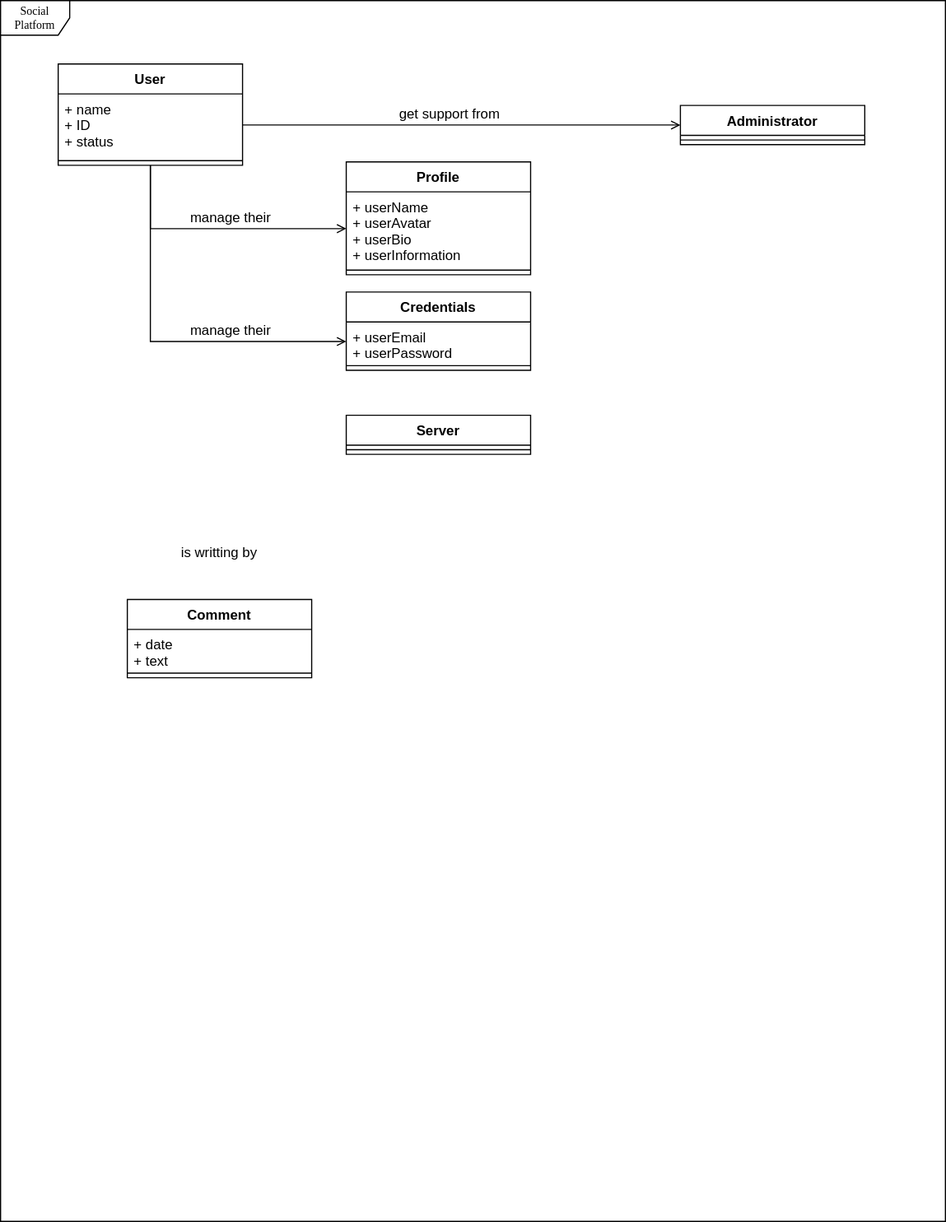
The draw.io diagram UML Object.svg in TimeBandit2k/SixFeetPlease, before a commit. Source tidied: cells renumbered, new cells last; positions are measured from the earlier drawing's top-left corner, leaving out a move shared by most shapes.
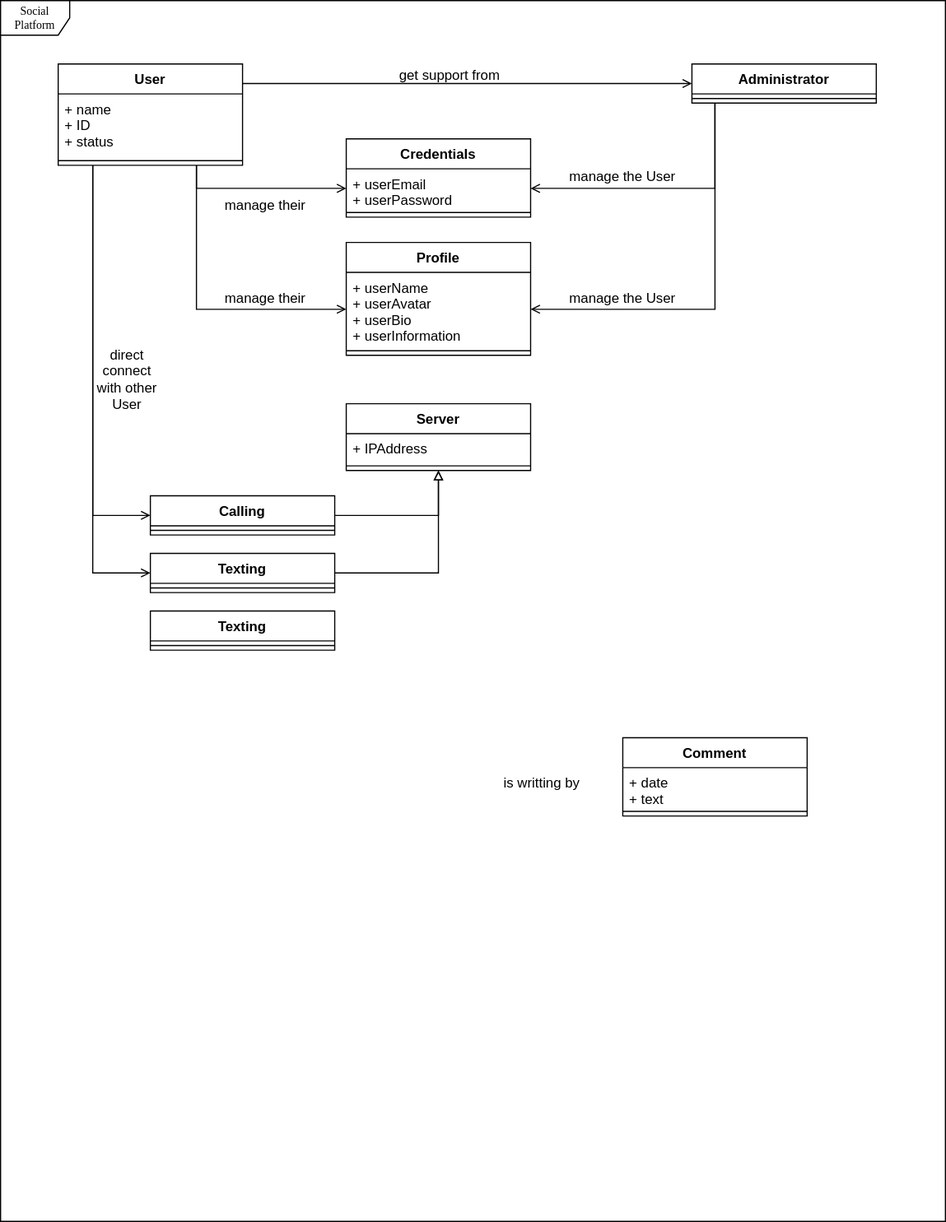
After the change.

Commit message:
UML Object v0.3.svg

Diff of the diagram source:
```diff
@@ -6,15 +6,42 @@
       <mxGeometry width="820" height="1060" as="geometry" />
     </mxCell>
     <mxCell id="3" style="edgeStyle=orthogonalEdgeStyle;rounded=0;jettySize=auto;html=1;entryX=0;entryY=0.5;entryDx=0;entryDy=0;startArrow=none;startFill=0;endArrow=open;endFill=0;" parent="1" edge="1" source="5" target="12">
-      <mxGeometry relative="1" as="geometry" />
+      <mxGeometry relative="1" as="geometry">
+        <Array as="points">
+          <mxPoint x="170" y="268" />
+        </Array>
+      </mxGeometry>
     </mxCell>
     <mxCell id="4" style="edgeStyle=elbowEdgeStyle;rounded=0;jettySize=auto;html=1;entryX=0;entryY=0.5;entryDx=0;entryDy=0;startArrow=none;startFill=0;endArrow=open;endFill=0;" parent="1" edge="1" source="5" target="16">
       <mxGeometry relative="1" as="geometry">
         <Array as="points">
+          <mxPoint x="170" y="160" />
+          <mxPoint x="150" y="170" />
           <mxPoint x="130" y="240" />
         </Array>
       </mxGeometry>
     </mxCell>
+    <mxCell id="26" style="edgeStyle=elbowEdgeStyle;rounded=0;jettySize=auto;html=1;entryX=0;entryY=0.5;entryDx=0;entryDy=0;startArrow=none;startFill=0;endArrow=open;endFill=0;" parent="1" edge="1" source="5" target="36">
+      <mxGeometry relative="1" as="geometry">
+        <Array as="points">
+          <mxPoint x="80" y="300" />
+        </Array>
+      </mxGeometry>
+    </mxCell>
+    <mxCell id="27" style="edgeStyle=elbowEdgeStyle;rounded=0;jettySize=auto;html=1;entryX=0;entryY=0.5;entryDx=0;entryDy=0;startArrow=none;startFill=0;endArrow=open;endFill=0;" parent="1" edge="1" source="5" target="39">
+      <mxGeometry relative="1" as="geometry">
+        <Array as="points">
+          <mxPoint x="80" y="280" />
+        </Array>
+      </mxGeometry>
+    </mxCell>
+    <mxCell id="28" style="edgeStyle=elbowEdgeStyle;rounded=0;jettySize=auto;html=1;entryX=0;entryY=0.5;entryDx=0;entryDy=0;startArrow=none;startFill=0;endArrow=open;endFill=0;" parent="1" edge="1" source="5" target="22">
+      <mxGeometry relative="1" as="geometry">
+        <Array as="points">
+          <mxPoint x="300" y="72" />
+        </Array>
+      </mxGeometry>
+    </mxCell>
     <mxCell id="5" value="User" style="swimlane;fontStyle=1;align=center;verticalAlign=top;horizontal=1;startSize=26;" parent="1" vertex="1">
       <mxGeometry x="50" y="55" width="160" height="88" as="geometry" />
     </mxCell>
@@ -25,16 +52,85 @@
       <mxGeometry y="80" width="160" height="8" as="geometry" />
     </mxCell>
     <mxCell id="8" value="is writting by" style="text;html=1;strokeColor=none;fillColor=none;align=center;verticalAlign=middle;whiteSpace=wrap;rounded=0;" parent="1" vertex="1">
-      <mxGeometry x="140" y="470" width="100" height="20" as="geometry" />
+      <mxGeometry x="420" y="670" width="100" height="20" as="geometry" />
     </mxCell>
-    <mxCell id="9" style="edgeStyle=orthogonalEdgeStyle;rounded=0;jettySize=auto;html=1;entryX=0;entryY=0.5;entryDx=0;entryDy=0;startArrow=none;startFill=0;endArrow=open;endFill=0;" parent="1" edge="1" source="6" target="22">
-      <mxGeometry relative="1" as="geometry" />
-    </mxCell>
     <mxCell id="10" value="get support from" style="text;html=1;strokeColor=none;fillColor=none;align=center;verticalAlign=middle;whiteSpace=wrap;rounded=0;" parent="1" vertex="1">
-      <mxGeometry x="340" y="89" width="100" height="20" as="geometry" />
+      <mxGeometry x="340" y="55" width="100" height="20" as="geometry" />
     </mxCell>
+    <mxCell id="14" value="manage their" style="text;html=1;strokeColor=none;fillColor=none;align=center;verticalAlign=middle;whiteSpace=wrap;rounded=0;" parent="1" vertex="1">
+      <mxGeometry x="180" y="168" width="100" height="20" as="geometry" />
+    </mxCell>
+    <mxCell id="21" value="manage their" style="text;html=1;strokeColor=none;fillColor=none;align=center;verticalAlign=middle;whiteSpace=wrap;rounded=0;" parent="1" vertex="1">
+      <mxGeometry x="180" y="249" width="100" height="20" as="geometry" />
+    </mxCell>
+    <mxCell id="29" style="edgeStyle=elbowEdgeStyle;rounded=0;jettySize=auto;html=1;entryX=1;entryY=0.5;entryDx=0;entryDy=0;startArrow=none;startFill=0;endArrow=open;endFill=0;" parent="1" edge="1" source="22" target="12">
+      <mxGeometry relative="1" as="geometry">
+        <Array as="points">
+          <mxPoint x="620" y="140" />
+          <mxPoint x="670" y="140" />
+        </Array>
+      </mxGeometry>
+    </mxCell>
+    <mxCell id="30" style="edgeStyle=elbowEdgeStyle;rounded=0;jettySize=auto;html=1;entryX=1;entryY=0.5;entryDx=0;entryDy=0;startArrow=none;startFill=0;endArrow=open;endFill=0;" parent="1" edge="1" source="22" target="16">
+      <mxGeometry relative="1" as="geometry">
+        <Array as="points">
+          <mxPoint x="620" y="150" />
+        </Array>
+      </mxGeometry>
+    </mxCell>
+    <mxCell id="31" value="manage the User" style="text;html=1;strokeColor=none;fillColor=none;align=center;verticalAlign=middle;whiteSpace=wrap;rounded=0;" parent="1" vertex="1">
+      <mxGeometry x="490" y="143" width="100" height="20" as="geometry" />
+    </mxCell>
+    <mxCell id="32" value="manage the User" style="text;html=1;strokeColor=none;fillColor=none;align=center;verticalAlign=middle;whiteSpace=wrap;rounded=0;" parent="1" vertex="1">
+      <mxGeometry x="490" y="249" width="100" height="20" as="geometry" />
+    </mxCell>
+    <mxCell id="24" value="Server" style="swimlane;fontStyle=1;align=center;verticalAlign=top;horizontal=1;startSize=26;" parent="1" vertex="1">
+      <mxGeometry x="300" y="350" width="160" height="58" as="geometry" />
+    </mxCell>
+    <mxCell id="33" value="+ IPAddress" style="text;strokeColor=none;fillColor=none;align=left;verticalAlign=top;spacingLeft=4;spacingRight=4;overflow=hidden;" parent="24" vertex="1">
+      <mxGeometry y="26" width="160" height="24" as="geometry" />
+    </mxCell>
+    <mxCell id="34" style="line;strokeWidth=1;fillColor=none;align=left;verticalAlign=middle;spacingTop=-1;spacingLeft=3;spacingRight=3;labelPosition=right;" parent="24" vertex="1">
+      <mxGeometry y="50" width="160" height="8" as="geometry" />
+    </mxCell>
+    <mxCell id="18" value="Comment" style="swimlane;fontStyle=1;align=center;verticalAlign=top;horizontal=1;startSize=26;" parent="1" vertex="1">
+      <mxGeometry x="540" y="640" width="160" height="68" as="geometry" />
+    </mxCell>
+    <mxCell id="19" value="+ date&#10;+ text" style="text;strokeColor=none;fillColor=none;align=left;verticalAlign=top;spacingLeft=4;spacingRight=4;overflow=hidden;" parent="18" vertex="1">
+      <mxGeometry y="26" width="160" height="34" as="geometry" />
+    </mxCell>
+    <mxCell id="20" style="line;strokeWidth=1;fillColor=none;align=left;verticalAlign=middle;spacingTop=-1;spacingLeft=3;spacingRight=3;labelPosition=right;" parent="18" vertex="1">
+      <mxGeometry y="60" width="160" height="8" as="geometry" />
+    </mxCell>
+    <mxCell id="35" style="edgeStyle=elbowEdgeStyle;rounded=0;jettySize=auto;html=1;entryX=0.5;entryY=1;entryDx=0;entryDy=0;startArrow=none;startFill=0;endArrow=block;endFill=0;" parent="1" edge="1" source="36" target="24">
+      <mxGeometry relative="1" as="geometry">
+        <Array as="points">
+          <mxPoint x="380" y="447" />
+          <mxPoint x="380" y="430" />
+        </Array>
+      </mxGeometry>
+    </mxCell>
+    <mxCell id="36" value="Calling" style="swimlane;fontStyle=1;align=center;verticalAlign=top;horizontal=1;startSize=26;" parent="1" vertex="1">
+      <mxGeometry x="130" y="430" width="160" height="34" as="geometry" />
+    </mxCell>
+    <mxCell id="37" style="line;strokeWidth=1;fillColor=none;align=left;verticalAlign=middle;spacingTop=-1;spacingLeft=3;spacingRight=3;labelPosition=right;" parent="36" vertex="1">
+      <mxGeometry y="26" width="160" height="8" as="geometry" />
+    </mxCell>
+    <mxCell id="38" style="edgeStyle=elbowEdgeStyle;rounded=0;jettySize=auto;html=1;entryX=0.5;entryY=1;entryDx=0;entryDy=0;startArrow=none;startFill=0;endArrow=block;endFill=0;" parent="1" edge="1" source="39" target="24">
+      <mxGeometry relative="1" as="geometry">
+        <Array as="points">
+          <mxPoint x="380" y="497" />
+        </Array>
+      </mxGeometry>
+    </mxCell>
+    <mxCell id="39" value="Texting" style="swimlane;fontStyle=1;align=center;verticalAlign=top;horizontal=1;startSize=26;" parent="1" vertex="1">
+      <mxGeometry x="130" y="480" width="160" height="34" as="geometry" />
+    </mxCell>
+    <mxCell id="40" style="line;strokeWidth=1;fillColor=none;align=left;verticalAlign=middle;spacingTop=-1;spacingLeft=3;spacingRight=3;labelPosition=right;" parent="39" vertex="1">
+      <mxGeometry y="26" width="160" height="8" as="geometry" />
+    </mxCell>
     <mxCell id="11" value="Profile" style="swimlane;fontStyle=1;align=center;verticalAlign=top;horizontal=1;startSize=26;" parent="1" vertex="1">
-      <mxGeometry x="300" y="140" width="160" height="98" as="geometry" />
+      <mxGeometry x="300" y="210" width="160" height="98" as="geometry" />
     </mxCell>
     <mxCell id="12" value="+ userName&#10;+ userAvatar&#10;+ userBio&#10;+ userInformation" style="text;strokeColor=none;fillColor=none;align=left;verticalAlign=top;spacingLeft=4;spacingRight=4;overflow=hidden;points=[[0,0.5],[1,0.5]];portConstraint=eastwest;" parent="11" vertex="1">
       <mxGeometry y="26" width="160" height="64" as="geometry" />
@@ -42,11 +138,8 @@
     <mxCell id="13" style="line;strokeWidth=1;fillColor=none;align=left;verticalAlign=middle;spacingTop=-1;spacingLeft=3;spacingRight=3;labelPosition=right;" parent="11" vertex="1">
       <mxGeometry y="90" width="160" height="8" as="geometry" />
     </mxCell>
-    <mxCell id="14" value="manage their" style="text;html=1;strokeColor=none;fillColor=none;align=center;verticalAlign=middle;whiteSpace=wrap;rounded=0;" parent="1" vertex="1">
-      <mxGeometry x="150" y="179" width="100" height="20" as="geometry" />
-    </mxCell>
     <mxCell id="15" value="Credentials" style="swimlane;fontStyle=1;align=center;verticalAlign=top;horizontal=1;startSize=26;" parent="1" vertex="1">
-      <mxGeometry x="300" y="253" width="160" height="68" as="geometry" />
+      <mxGeometry x="300" y="120" width="160" height="68" as="geometry" />
     </mxCell>
     <mxCell id="16" value="+ userEmail&#10;+ userPassword" style="text;strokeColor=none;fillColor=none;align=left;verticalAlign=top;spacingLeft=4;spacingRight=4;overflow=hidden;points=[[0,0.5],[1,0.5]];portConstraint=eastwest;" parent="15" vertex="1">
       <mxGeometry y="26" width="160" height="34" as="geometry" />
@@ -54,29 +147,20 @@
     <mxCell id="17" style="line;strokeWidth=1;fillColor=none;align=left;verticalAlign=middle;spacingTop=-1;spacingLeft=3;spacingRight=3;labelPosition=right;" parent="15" vertex="1">
       <mxGeometry y="60" width="160" height="8" as="geometry" />
     </mxCell>
-    <mxCell id="18" value="Comment" style="swimlane;fontStyle=1;align=center;verticalAlign=top;horizontal=1;startSize=26;" parent="1" vertex="1">
-      <mxGeometry x="110" y="520" width="160" height="68" as="geometry" />
-    </mxCell>
-    <mxCell id="19" value="+ date&#10;+ text" style="text;strokeColor=none;fillColor=none;align=left;verticalAlign=top;spacingLeft=4;spacingRight=4;overflow=hidden;" parent="18" vertex="1">
-      <mxGeometry y="26" width="160" height="34" as="geometry" />
-    </mxCell>
-    <mxCell id="20" style="line;strokeWidth=1;fillColor=none;align=left;verticalAlign=middle;spacingTop=-1;spacingLeft=3;spacingRight=3;labelPosition=right;" parent="18" vertex="1">
-      <mxGeometry y="60" width="160" height="8" as="geometry" />
-    </mxCell>
-    <mxCell id="21" value="manage their" style="text;html=1;strokeColor=none;fillColor=none;align=center;verticalAlign=middle;whiteSpace=wrap;rounded=0;" parent="1" vertex="1">
-      <mxGeometry x="150" y="277" width="100" height="20" as="geometry" />
-    </mxCell>
     <mxCell id="22" value="Administrator" style="swimlane;fontStyle=1;align=center;verticalAlign=top;horizontal=1;startSize=26;" parent="1" vertex="1">
-      <mxGeometry x="590" y="91" width="160" height="34" as="geometry" />
+      <mxGeometry x="600" y="55" width="160" height="34" as="geometry" />
     </mxCell>
     <mxCell id="23" style="line;strokeWidth=1;fillColor=none;align=left;verticalAlign=middle;spacingTop=-1;spacingLeft=3;spacingRight=3;labelPosition=right;" parent="22" vertex="1">
       <mxGeometry y="26" width="160" height="8" as="geometry" />
     </mxCell>
-    <mxCell id="24" value="Server" style="swimlane;fontStyle=1;align=center;verticalAlign=top;horizontal=1;startSize=26;" parent="1" vertex="1">
-      <mxGeometry x="300" y="360" width="160" height="34" as="geometry" />
-    </mxCell>
-    <mxCell id="25" style="line;strokeWidth=1;fillColor=none;align=left;verticalAlign=middle;spacingTop=-1;spacingLeft=3;spacingRight=3;labelPosition=right;" parent="24" vertex="1">
-      <mxGeometry y="26" width="160" height="8" as="geometry" />
-    </mxCell>
+    <mxCell id="41" value="direct connect with other User" style="text;html=1;strokeColor=none;fillColor=none;align=center;verticalAlign=middle;whiteSpace=wrap;rounded=0;" parent="1" vertex="1">
+      <mxGeometry x="80" y="288" width="60" height="82" as="geometry" />
+    </mxCell>
+    <mxCell id="42" value="Texting" style="swimlane;fontStyle=1;align=center;verticalAlign=top;horizontal=1;startSize=26;" parent="1" vertex="1">
+      <mxGeometry x="130" y="530" width="160" height="34" as="geometry" />
+    </mxCell>
+    <mxCell id="43" style="line;strokeWidth=1;fillColor=none;align=left;verticalAlign=middle;spacingTop=-1;spacingLeft=3;spacingRight=3;labelPosition=right;" parent="42" vertex="1">
+      <mxGeometry y="26" width="160" height="8" as="geometry" />
+    </mxCell>
   </root>
 </mxGraphModel>
```
